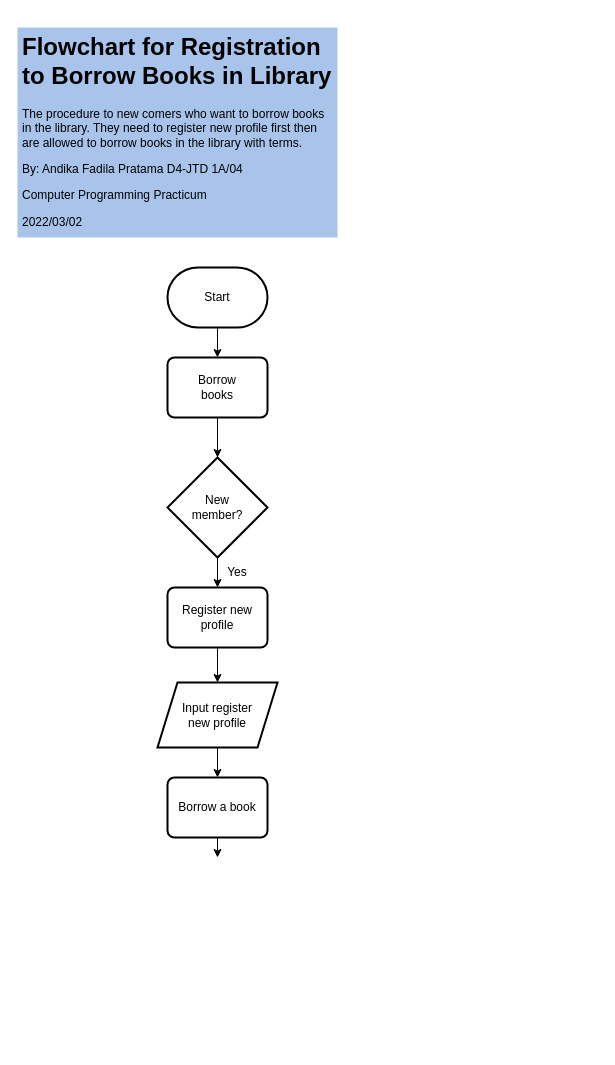
This is Untitled Diagram.drawio from troders34/troders34, a draw.io file, before an edit. Source tidied: cells renumbered, new cells numbered last; positions are measured from the earlier drawing's top-left corner, leaving out a move shared by most shapes. Both pictures are drawn from the tidied source at 100%, with x=0, y=0 at pixel (17, 27).
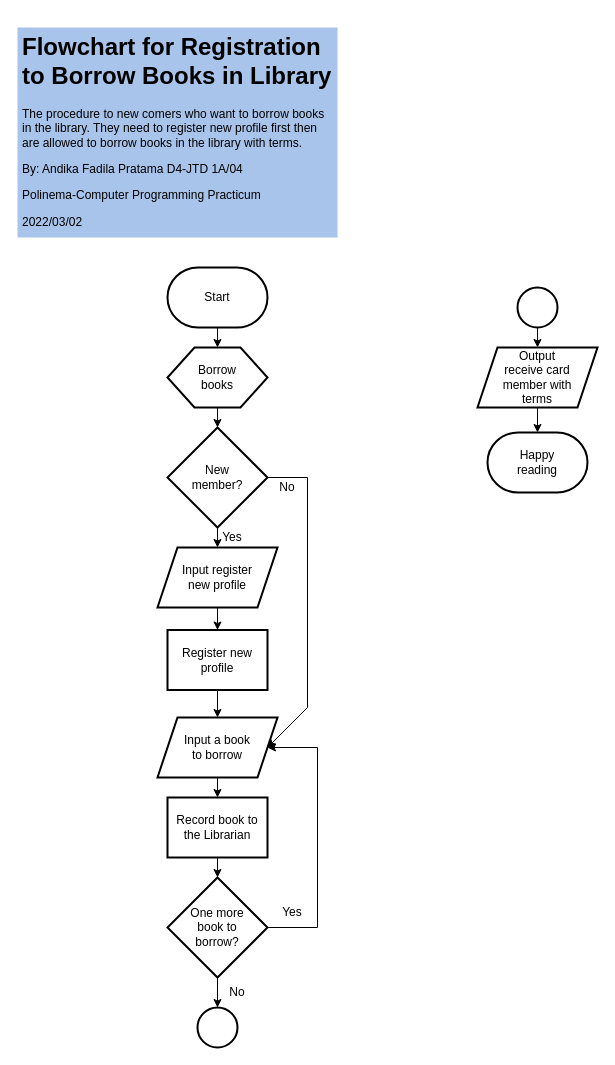
The same page after the edit.

Commit message:
Flowchart of Borrowing Books.drawio

The change refers to these unchanged cells:
```xml
<mxCell id="2" style="strokeWidth=2;html=1;shape=mxgraph.flowchart.terminator;whiteSpace=wrap;" parent="1" vertex="1">
  <mxGeometry x="150" y="240" width="100" height="60" as="geometry" />
</mxCell>
```

What changed in the source:
```diff
@@
+    <mxCell id="22" style="html=1;dashed=0;whitespace=wrap;strokeWidth=2;" parent="1" vertex="1">
+      <mxGeometry x="150" y="602.5" width="100" height="60" as="geometry" />
+    </mxCell>
+    <mxCell id="23" style="shape=parallelogram;perimeter=parallelogramPerimeter;whiteSpace=wrap;html=1;fixedSize=1;strokeWidth=2;" parent="1" vertex="1">
+      <mxGeometry x="140" y="520" width="120" height="60" as="geometry" />
+    </mxCell>
+    <mxCell id="24" style="verticalLabelPosition=bottom;verticalAlign=top;html=1;shape=hexagon;perimeter=hexagonPerimeter2;arcSize=6;size=0.27;strokeWidth=2;" parent="1" vertex="1">
+      <mxGeometry x="150" y="320" width="100" height="60" as="geometry" />
+    </mxCell>
+    <mxCell id="25" style="shape=parallelogram;perimeter=parallelogramPerimeter;whiteSpace=wrap;html=1;fixedSize=1;strokeWidth=2;" parent="1" vertex="1">
+      <mxGeometry x="140" y="690" width="120" height="60" as="geometry" />
+    </mxCell>
@@
-    <mxCell id="3" value="&lt;h1&gt;Flowchart for Registration to Borrow Books in Library&lt;br&gt;&lt;/h1&gt;&lt;p&gt;The procedure to new comers who want to borrow books in the library. They need to register new profile first then are allowed to borrow books in the library with terms.&lt;/p&gt;&lt;p&gt;By: Andika Fadila Pratama D4-JTD 1A/04 &lt;br&gt;&lt;/p&gt;&lt;p&gt;Computer Programming Practicum&lt;/p&gt;&lt;p&gt;2022/03/02&lt;br&gt;&lt;/p&gt;" style="text;html=1;strokeColor=none;fillColor=#A9C4EB;spacing=5;spacingTop=-20;whiteSpace=wrap;overflow=hidden;rounded=0;" parent="1" vertex="1">
+    <mxCell id="3" value="&lt;h1&gt;Flowchart for Registration to Borrow Books in Library&lt;br&gt;&lt;/h1&gt;&lt;p&gt;The procedure to new comers who want to borrow books in the library. They need to register new profile first then are allowed to borrow books in the library with terms.&lt;/p&gt;&lt;p&gt;By: Andika Fadila Pratama D4-JTD 1A/04 &lt;br&gt;&lt;/p&gt;&lt;p&gt;Polinema-Computer Programming Practicum&lt;/p&gt;&lt;p&gt;2022/03/02&lt;br&gt;&lt;/p&gt;" style="text;html=1;strokeColor=none;fillColor=#A9C4EB;spacing=5;spacingTop=-20;whiteSpace=wrap;overflow=hidden;rounded=0;" parent="1" vertex="1">
       <mxGeometry width="320" height="210" as="geometry" />
     </mxCell>
@@
-    <mxCell id="5" style="endArrow=classic;html=1;rounded=0;exitX=0.5;exitY=1;exitDx=0;exitDy=0;exitPerimeter=0;entryX=0.5;entryY=0;entryDx=0;entryDy=0;" parent="1" edge="1" source="2" target="13">
+    <mxCell id="5" style="endArrow=classic;html=1;rounded=0;exitX=0.5;exitY=1;exitDx=0;exitDy=0;exitPerimeter=0;entryX=0.5;entryY=0;entryDx=0;entryDy=0;" parent="1" edge="1" source="2" target="24">
       <mxGeometry relative="1" as="geometry" />
     </mxCell>
-    <mxCell id="6" value="Input register new profile" style="text;html=1;strokeColor=none;fillColor=none;align=center;verticalAlign=middle;whiteSpace=wrap;rounded=0;" parent="1" vertex="1">
-      <mxGeometry x="155" y="672.5" width="90" height="30" as="geometry" />
+    <mxCell id="6" value="Register new profile" style="text;html=1;strokeColor=none;fillColor=none;align=center;verticalAlign=middle;whiteSpace=wrap;rounded=0;" parent="1" vertex="1">
+      <mxGeometry x="155" y="617.5" width="90" height="30" as="geometry" />
     </mxCell>
-    <mxCell id="7" style="endArrow=classic;html=1;rounded=0;exitX=0.5;exitY=1;exitDx=0;exitDy=0;entryX=0.5;entryY=0;entryDx=0;entryDy=0;entryPerimeter=0;" parent="1" edge="1" source="13" target="10">
+    <mxCell id="7" style="endArrow=classic;html=1;rounded=0;entryX=0.5;entryY=0;entryDx=0;entryDy=0;entryPerimeter=0;exitX=0.5;exitY=1;exitDx=0;exitDy=0;" parent="1" edge="1" source="24" target="10">
       <mxGeometry relative="1" as="geometry" />
     </mxCell>
-    <mxCell id="8" style="shape=parallelogram;perimeter=parallelogramPerimeter;whiteSpace=wrap;html=1;fixedSize=1;fillColor=none;strokeWidth=2;" parent="1" vertex="1">
-      <mxGeometry x="140" y="655" width="120" height="65" as="geometry" />
-    </mxCell>
     <mxCell id="9" value="Borrow books" style="text;html=1;strokeColor=none;fillColor=none;align=center;verticalAlign=middle;whiteSpace=wrap;rounded=0;" parent="1" vertex="1">
-      <mxGeometry x="170" y="347.5" width="60" height="25" as="geometry" />
+      <mxGeometry x="170" y="337.5" width="60" height="25" as="geometry" />
     </mxCell>
     <mxCell id="10" style="strokeWidth=2;html=1;shape=mxgraph.flowchart.decision;whiteSpace=wrap;fillColor=none;" parent="1" vertex="1">
-      <mxGeometry x="150" y="430" width="100" height="100" as="geometry" />
+      <mxGeometry x="150" y="400" width="100" height="100" as="geometry" />
     </mxCell>
     <mxCell id="11" value="New member?" style="text;html=1;strokeColor=none;fillColor=none;align=center;verticalAlign=middle;whiteSpace=wrap;rounded=0;" parent="1" vertex="1">
-      <mxGeometry x="170" y="465" width="60" height="30" as="geometry" />
+      <mxGeometry x="170" y="435" width="60" height="30" as="geometry" />
     </mxCell>
-    <mxCell id="12" style="endArrow=classic;html=1;rounded=0;exitX=0.5;exitY=1;exitDx=0;exitDy=0;exitPerimeter=0;entryX=0.5;entryY=0;entryDx=0;entryDy=0;" parent="1" edge="1" source="10" target="14">
+    <mxCell id="12" style="endArrow=classic;html=1;rounded=0;exitX=0.5;exitY=1;exitDx=0;exitDy=0;exitPerimeter=0;entryX=0.5;entryY=0;entryDx=0;entryDy=0;" parent="1" edge="1" source="10" target="23">
       <mxGeometry relative="1" as="geometry" />
     </mxCell>
-    <mxCell id="13" style="rounded=1;whiteSpace=wrap;html=1;absoluteArcSize=1;arcSize=14;strokeWidth=2;fillColor=none;" parent="1" vertex="1">
-      <mxGeometry x="150" y="330" width="100" height="60" as="geometry" />
-    </mxCell>
-    <mxCell id="14" style="rounded=1;whiteSpace=wrap;html=1;absoluteArcSize=1;arcSize=14;strokeWidth=2;fillColor=none;" parent="1" vertex="1">
-      <mxGeometry x="150" y="560" width="100" height="60" as="geometry" />
-    </mxCell>
-    <mxCell id="15" value="Register new profile" style="text;html=1;strokeColor=none;fillColor=none;align=center;verticalAlign=middle;whiteSpace=wrap;rounded=0;" parent="1" vertex="1">
-      <mxGeometry x="160" y="575" width="80" height="30" as="geometry" />
+    <mxCell id="15" value="Input register new profile" style="text;html=1;strokeColor=none;fillColor=none;align=center;verticalAlign=middle;whiteSpace=wrap;rounded=0;" parent="1" vertex="1">
+      <mxGeometry x="160" y="535" width="80" height="30" as="geometry" />
     </mxCell>
     <mxCell id="16" value="Yes" style="text;html=1;strokeColor=none;fillColor=none;align=center;verticalAlign=middle;whiteSpace=wrap;rounded=0;" parent="1" vertex="1">
-      <mxGeometry x="200" y="530" width="40" height="30" as="geometry" />
+      <mxGeometry x="200" y="500" width="30" height="20" as="geometry" />
     </mxCell>
-    <mxCell id="17" style="endArrow=classic;html=1;rounded=0;exitX=0.5;exitY=1;exitDx=0;exitDy=0;entryX=0.5;entryY=0;entryDx=0;entryDy=0;" parent="1" edge="1" source="14" target="8">
+    <mxCell id="17" style="endArrow=classic;html=1;rounded=0;exitX=0.5;exitY=1;exitDx=0;exitDy=0;entryX=0.5;entryY=0;entryDx=0;entryDy=0;" parent="1" edge="1" source="23" target="22">
       <mxGeometry relative="1" as="geometry" />
     </mxCell>
-    <mxCell id="18" style="endArrow=classic;html=1;rounded=0;exitX=0.5;exitY=1;exitDx=0;exitDy=0;entryX=0.5;entryY=0;entryDx=0;entryDy=0;" parent="1" edge="1" source="8" target="19">
+    <mxCell id="18" style="endArrow=classic;html=1;rounded=0;entryX=0.5;entryY=0;entryDx=0;entryDy=0;exitX=0.5;exitY=1;exitDx=0;exitDy=0;" parent="1" edge="1" source="22" target="25">
       <mxGeometry relative="1" as="geometry" />
     </mxCell>
-    <mxCell id="19" style="rounded=1;whiteSpace=wrap;html=1;absoluteArcSize=1;arcSize=14;strokeWidth=2;fillColor=none;" parent="1" vertex="1">
-      <mxGeometry x="150" y="750" width="100" height="60" as="geometry" />
-    </mxCell>
-    <mxCell id="20" value="Borrow a book" style="text;html=1;strokeColor=none;fillColor=none;align=center;verticalAlign=middle;whiteSpace=wrap;rounded=0;" parent="1" vertex="1">
-      <mxGeometry x="160" y="765" width="80" height="30" as="geometry" />
+    <mxCell id="20" value="Input a book to borrow" style="text;html=1;strokeColor=none;fillColor=none;align=center;verticalAlign=middle;whiteSpace=wrap;rounded=0;" parent="1" vertex="1">
+      <mxGeometry x="160" y="705" width="80" height="30" as="geometry" />
     </mxCell>
-    <mxCell id="21" style="endArrow=classic;html=1;rounded=0;exitX=0.5;exitY=1;exitDx=0;exitDy=0;" parent="1" edge="1" source="19">
-      <mxGeometry relative="1" as="geometry">
-        <mxPoint x="200" y="830" as="targetPoint" />
-      </mxGeometry>
+    <mxCell id="21" style="endArrow=classic;html=1;rounded=0;entryX=0.5;entryY=0;entryDx=0;entryDy=0;exitX=0.5;exitY=1;exitDx=0;exitDy=0;" parent="1" edge="1" source="25" target="29">
+      <mxGeometry relative="1" as="geometry" />
     </mxCell>
+    <mxCell id="26" style="endArrow=classic;html=1;rounded=0;exitX=1;exitY=0.5;exitDx=0;exitDy=0;exitPerimeter=0;entryX=1;entryY=0.5;entryDx=0;entryDy=0;" parent="1" edge="1" source="10" target="25">
+      <mxGeometry relative="1" as="geometry">
+        <Array as="points">
+          <mxPoint x="290" y="450" />
+          <mxPoint x="290" y="680" />
+        </Array>
+      </mxGeometry>
+    </mxCell>
+    <mxCell id="27" style="strokeWidth=2;html=1;shape=mxgraph.flowchart.decision;whiteSpace=wrap;" parent="1" vertex="1">
+      <mxGeometry x="150" y="850" width="100" height="100" as="geometry" />
+    </mxCell>
+    <mxCell id="28" value="One more book to borrow?" style="text;html=1;strokeColor=none;fillColor=none;align=center;verticalAlign=middle;whiteSpace=wrap;rounded=0;" parent="1" vertex="1">
+      <mxGeometry x="160" y="885" width="80" height="30" as="geometry" />
+    </mxCell>
+    <mxCell id="29" style="html=1;dashed=0;whitespace=wrap;strokeWidth=2;" parent="1" vertex="1">
+      <mxGeometry x="150" y="770" width="100" height="60" as="geometry" />
+    </mxCell>
+    <mxCell id="30" value="Record book to the Librarian" style="text;html=1;strokeColor=none;fillColor=none;align=center;verticalAlign=middle;whiteSpace=wrap;rounded=0;" parent="1" vertex="1">
+      <mxGeometry x="150" y="785" width="100" height="30" as="geometry" />
+    </mxCell>
+    <mxCell id="31" style="endArrow=classic;html=1;rounded=0;exitX=0.5;exitY=1;exitDx=0;exitDy=0;entryX=0.5;entryY=0;entryDx=0;entryDy=0;entryPerimeter=0;" parent="1" edge="1" source="29" target="27">
+      <mxGeometry relative="1" as="geometry" />
+    </mxCell>
+    <mxCell id="32" style="endArrow=classic;html=1;rounded=0;exitX=1;exitY=0.5;exitDx=0;exitDy=0;exitPerimeter=0;entryX=1;entryY=0.5;entryDx=0;entryDy=0;" parent="1" edge="1" source="27" target="25">
+      <mxGeometry relative="1" as="geometry">
+        <Array as="points">
+          <mxPoint x="300" y="900" />
+          <mxPoint x="300" y="720" />
+        </Array>
+      </mxGeometry>
+    </mxCell>
+    <mxCell id="33" value="Yes" style="text;html=1;strokeColor=none;fillColor=none;align=center;verticalAlign=middle;whiteSpace=wrap;rounded=0;" parent="1" vertex="1">
+      <mxGeometry x="250" y="870" width="50" height="30" as="geometry" />
+    </mxCell>
+    <mxCell id="34" style="endArrow=classic;html=1;rounded=0;exitX=0.5;exitY=1;exitDx=0;exitDy=0;exitPerimeter=0;" parent="1" edge="1" source="27" target="35">
+      <mxGeometry relative="1" as="geometry" />
+    </mxCell>
+    <mxCell id="35" style="ellipse;whiteSpace=wrap;html=1;strokeWidth=2;" parent="1" vertex="1">
+      <mxGeometry x="180" y="980" width="40" height="40" as="geometry" />
+    </mxCell>
+    <mxCell id="36" value="No" style="text;html=1;strokeColor=none;fillColor=none;align=center;verticalAlign=middle;whiteSpace=wrap;rounded=0;" parent="1" vertex="1">
+      <mxGeometry x="200" y="950" width="40" height="30" as="geometry" />
+    </mxCell>
+    <mxCell id="37" style="ellipse;whiteSpace=wrap;html=1;strokeWidth=2;" parent="1" vertex="1">
+      <mxGeometry x="500" y="260" width="40" height="40" as="geometry" />
+    </mxCell>
+    <mxCell id="38" style="endArrow=classic;html=1;rounded=0;exitX=0.5;exitY=1;exitDx=0;exitDy=0;entryX=0.5;entryY=0;entryDx=0;entryDy=0;" parent="1" edge="1" source="37" target="40">
+      <mxGeometry relative="1" as="geometry" />
+    </mxCell>
+    <mxCell id="39" value="No" style="text;html=1;strokeColor=none;fillColor=none;align=center;verticalAlign=middle;whiteSpace=wrap;rounded=0;" parent="1" vertex="1">
+      <mxGeometry x="250" y="450" width="40" height="20" as="geometry" />
+    </mxCell>
+    <mxCell id="40" style="shape=parallelogram;perimeter=parallelogramPerimeter;whiteSpace=wrap;html=1;fixedSize=1;strokeWidth=2;" parent="1" vertex="1">
+      <mxGeometry x="460" y="320" width="120" height="60" as="geometry" />
+    </mxCell>
+    <mxCell id="41" value="Output receive card member with terms" style="text;html=1;strokeColor=none;fillColor=none;align=center;verticalAlign=middle;whiteSpace=wrap;rounded=0;" parent="1" vertex="1">
+      <mxGeometry x="480" y="335" width="80" height="30" as="geometry" />
+    </mxCell>
+    <mxCell id="42" style="endArrow=classic;html=1;rounded=0;exitX=0.5;exitY=1;exitDx=0;exitDy=0;entryX=0.5;entryY=0;entryDx=0;entryDy=0;entryPerimeter=0;" parent="1" edge="1" source="40" target="43">
+      <mxGeometry relative="1" as="geometry" />
+    </mxCell>
+    <mxCell id="43" style="strokeWidth=2;html=1;shape=mxgraph.flowchart.terminator;whiteSpace=wrap;" parent="1" vertex="1">
+      <mxGeometry x="470" y="405" width="100" height="60" as="geometry" />
+    </mxCell>
+    <mxCell id="44" value="Happy reading" style="text;html=1;strokeColor=none;fillColor=none;align=center;verticalAlign=middle;whiteSpace=wrap;rounded=0;" parent="1" vertex="1">
+      <mxGeometry x="490" y="420" width="60" height="30" as="geometry" />
+    </mxCell>
```
